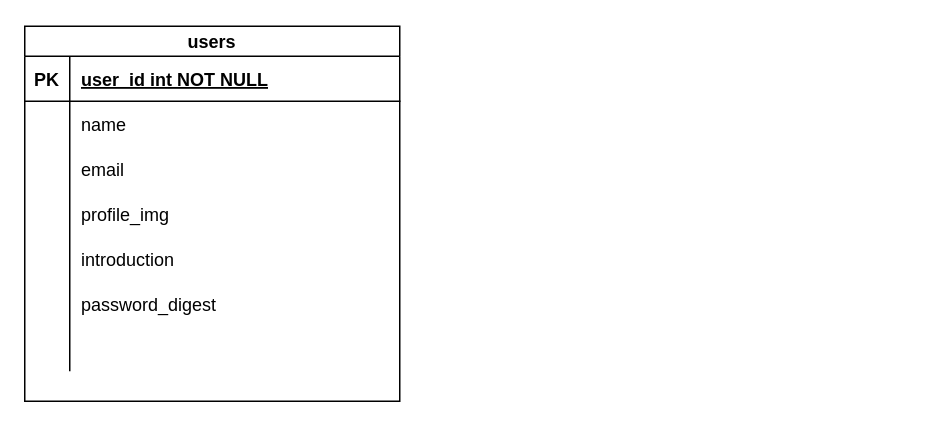
Above: conflict練習/RUNTEQ課題.drawio in maouske0427/TIL (draw.io), before the change. Source tidied: cells renumbered, new cells numbered last; positions are measured from the earlier drawing's top-left corner, leaving out a move shared by most shapes. Both pictures are drawn from the tidied source at 150%, with x=0, y=0 at pixel (24, 26).
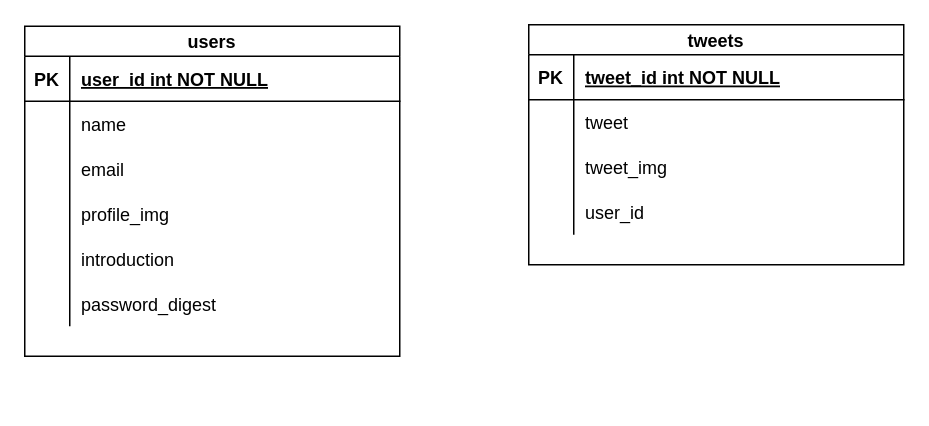
Above is the later version.

Commit message (it also covers changes not shown here):
RUNTEQ課題.drawio を更新します

Change to the diagram source:
```diff
@@
     <mxCell id="2" value="users" style="shape=table;startSize=20;childLayout=tableLayout;rowLines=0;fontStyle=1;align=center;" parent="1" vertex="1">
-      <mxGeometry width="250" height="250" as="geometry" />
+      <mxGeometry width="250" height="220" as="geometry" />
     </mxCell>
@@
-    <mxCell id="21" style="shape=partialRectangle;fillColor=none;top=0;left=0;right=0;bottom=0;" parent="2" vertex="1">
-      <mxGeometry y="200" width="250" height="30" as="geometry" />
-    </mxCell>
-    <mxCell id="22" style="shape=partialRectangle;overflow=hidden;fillColor=none;top=0;left=0;bottom=0;right=0;" parent="21" vertex="1">
-      <mxGeometry width="30" height="30" as="geometry" />
-    </mxCell>
-    <mxCell id="23" style="shape=partialRectangle;overflow=hidden;fillColor=none;top=0;left=0;bottom=0;right=0;align=left;spacingLeft=6;" parent="21" vertex="1">
-      <mxGeometry x="30" width="220" height="30" as="geometry" />
-    </mxCell>
+    <mxCell id="24" value="tweets" style="shape=table;startSize=20;childLayout=tableLayout;rowLines=0;fontStyle=1;align=center;" parent="1" vertex="1">
+      <mxGeometry x="336" y="-1" width="250" height="160" as="geometry" />
+    </mxCell>
+    <mxCell id="25" style="shape=partialRectangle;fillColor=none;top=0;left=0;right=0;bottom=1;" parent="24" vertex="1">
+      <mxGeometry y="20" width="250" height="30" as="geometry" />
+    </mxCell>
+    <mxCell id="26" value="PK" style="shape=partialRectangle;overflow=hidden;fillColor=none;top=0;left=0;bottom=0;right=0;fontStyle=1;" parent="25" vertex="1">
+      <mxGeometry width="30" height="30" as="geometry" />
+    </mxCell>
+    <mxCell id="27" value="tweet_id int NOT NULL " style="shape=partialRectangle;overflow=hidden;fillColor=none;top=0;left=0;bottom=0;right=0;align=left;spacingLeft=6;fontStyle=5;" parent="25" vertex="1">
+      <mxGeometry x="30" width="220" height="30" as="geometry" />
+    </mxCell>
+    <mxCell id="28" style="shape=partialRectangle;fillColor=none;top=0;left=0;right=0;bottom=0;" parent="24" vertex="1">
+      <mxGeometry y="50" width="250" height="30" as="geometry" />
+    </mxCell>
+    <mxCell id="29" style="shape=partialRectangle;overflow=hidden;fillColor=none;top=0;left=0;bottom=0;right=0;" parent="28" vertex="1">
+      <mxGeometry width="30" height="30" as="geometry" />
+    </mxCell>
+    <mxCell id="30" value="tweet" style="shape=partialRectangle;overflow=hidden;fillColor=none;top=0;left=0;bottom=0;right=0;align=left;spacingLeft=6;" parent="28" vertex="1">
+      <mxGeometry x="30" width="220" height="30" as="geometry" />
+    </mxCell>
+    <mxCell id="31" style="shape=partialRectangle;fillColor=none;top=0;left=0;right=0;bottom=0;" parent="24" vertex="1">
+      <mxGeometry y="80" width="250" height="30" as="geometry" />
+    </mxCell>
+    <mxCell id="32" style="shape=partialRectangle;overflow=hidden;fillColor=none;top=0;left=0;bottom=0;right=0;" parent="31" vertex="1">
+      <mxGeometry width="30" height="30" as="geometry" />
+    </mxCell>
+    <mxCell id="33" value="tweet_img" style="shape=partialRectangle;overflow=hidden;fillColor=none;top=0;left=0;bottom=0;right=0;align=left;spacingLeft=6;" parent="31" vertex="1">
+      <mxGeometry x="30" width="220" height="30" as="geometry" />
+    </mxCell>
+    <mxCell id="34" style="shape=partialRectangle;fillColor=none;top=0;left=0;right=0;bottom=0;" parent="24" vertex="1">
+      <mxGeometry y="110" width="250" height="30" as="geometry" />
+    </mxCell>
+    <mxCell id="35" style="shape=partialRectangle;overflow=hidden;fillColor=none;top=0;left=0;bottom=0;right=0;" parent="34" vertex="1">
+      <mxGeometry width="30" height="30" as="geometry" />
+    </mxCell>
+    <mxCell id="36" value="user_id" style="shape=partialRectangle;overflow=hidden;fillColor=none;top=0;left=0;bottom=0;right=0;align=left;spacingLeft=6;" parent="34" vertex="1">
+      <mxGeometry x="30" width="220" height="30" as="geometry" />
+    </mxCell>
```
